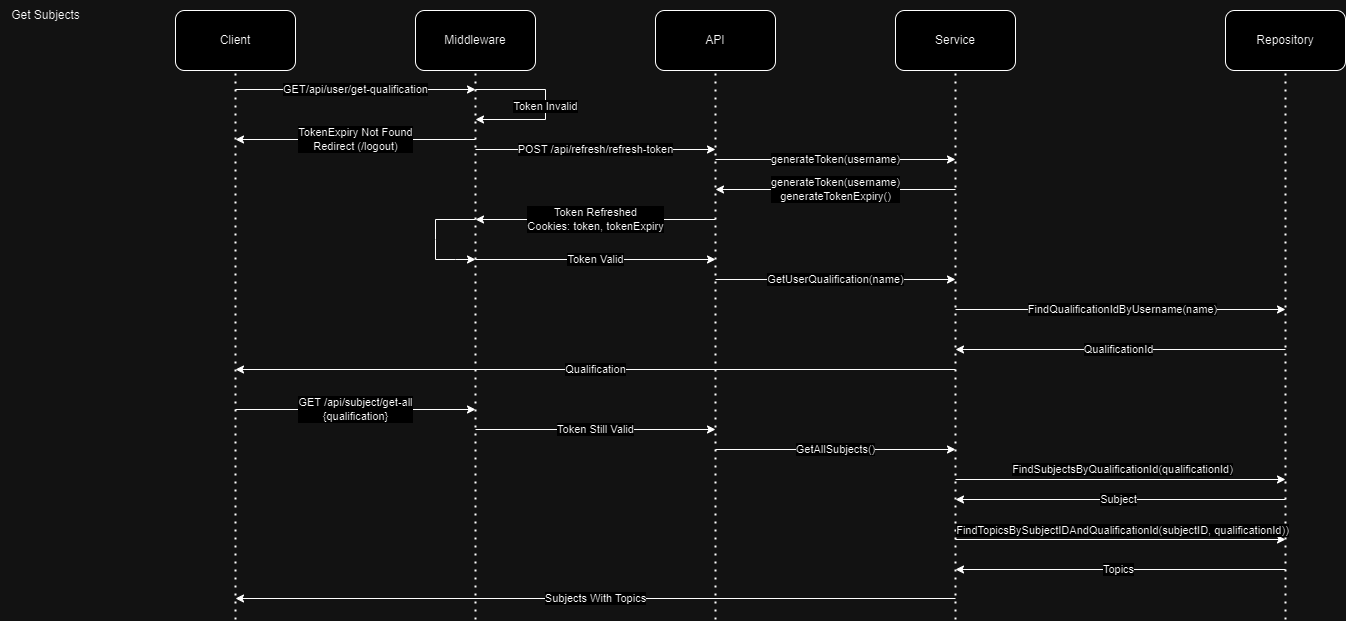
The draw.io diagram documents/images/SubjectsSequence.drawio.png in shahd9290/Competitive-Revision-Website, before a commit. Source tidied: cells renumbered, new cells last; positions are measured from the earlier drawing's top-left corner, leaving out a move shared by most shapes. The source it was exported from:
```xml
<mxGraphModel>
  <root>
    <mxCell id="0" />
    <mxCell id="1" parent="0" />
    <mxCell id="2" value="Middleware" style="rounded=1;whiteSpace=wrap;html=1;" parent="1" vertex="1">
      <mxGeometry x="415" y="10" width="120" height="60" as="geometry" />
    </mxCell>
    <mxCell id="3" style="endArrow=none;dashed=1;html=1;dashPattern=1 3;strokeWidth=2;rounded=0;entryX=0.5;entryY=1;entryDx=0;entryDy=0;" parent="1" edge="1" target="2">
      <mxGeometry relative="1" as="geometry">
        <mxPoint x="475" y="619" as="sourcePoint" />
      </mxGeometry>
    </mxCell>
    <mxCell id="4" value="API" style="rounded=1;whiteSpace=wrap;html=1;" parent="1" vertex="1">
      <mxGeometry x="655" y="10" width="120" height="60" as="geometry" />
    </mxCell>
    <mxCell id="5" style="endArrow=none;dashed=1;html=1;dashPattern=1 3;strokeWidth=2;rounded=0;entryX=0.5;entryY=1;entryDx=0;entryDy=0;" parent="1" edge="1" target="4">
      <mxGeometry relative="1" as="geometry">
        <mxPoint x="715" y="619" as="sourcePoint" />
      </mxGeometry>
    </mxCell>
    <mxCell id="6" value="Service" style="rounded=1;whiteSpace=wrap;html=1;" parent="1" vertex="1">
      <mxGeometry x="895" y="10" width="120" height="60" as="geometry" />
    </mxCell>
    <mxCell id="7" style="endArrow=none;dashed=1;html=1;dashPattern=1 3;strokeWidth=2;rounded=0;entryX=0.5;entryY=1;entryDx=0;entryDy=0;" parent="1" edge="1" target="6">
      <mxGeometry relative="1" as="geometry">
        <mxPoint x="955" y="619" as="sourcePoint" />
      </mxGeometry>
    </mxCell>
    <mxCell id="8" value="Repository" style="rounded=1;whiteSpace=wrap;html=1;" parent="1" vertex="1">
      <mxGeometry x="1225" y="10" width="120" height="60" as="geometry" />
    </mxCell>
    <mxCell id="9" style="endArrow=none;dashed=1;html=1;dashPattern=1 3;strokeWidth=2;rounded=0;entryX=0.5;entryY=1;entryDx=0;entryDy=0;" parent="1" edge="1" target="8">
      <mxGeometry relative="1" as="geometry">
        <mxPoint x="1285" y="619" as="sourcePoint" />
      </mxGeometry>
    </mxCell>
    <mxCell id="10" value="Client" style="rounded=1;whiteSpace=wrap;html=1;" parent="1" vertex="1">
      <mxGeometry x="175" y="10" width="120" height="60" as="geometry" />
    </mxCell>
    <mxCell id="11" style="endArrow=none;dashed=1;html=1;dashPattern=1 3;strokeWidth=2;rounded=0;entryX=0.5;entryY=1;entryDx=0;entryDy=0;" parent="1" edge="1" target="10">
      <mxGeometry relative="1" as="geometry">
        <mxPoint x="235" y="619" as="sourcePoint" />
      </mxGeometry>
    </mxCell>
    <mxCell id="12" value="Get Subjects" style="text;html=1;align=center;verticalAlign=middle;strokeColor=none;fillColor=none;" parent="1" vertex="1">
      <mxGeometry width="90" height="30" as="geometry" />
    </mxCell>
    <mxCell id="13" value="GET/api/user/get-qualification" style="endArrow=classic;html=1;rounded=0;" parent="1" edge="1">
      <mxGeometry relative="1" as="geometry">
        <mxPoint x="235" y="89" as="sourcePoint" />
        <mxPoint x="475" y="89" as="targetPoint" />
      </mxGeometry>
    </mxCell>
    <mxCell id="14" value="Token Valid" style="endArrow=classic;html=1;rounded=0;" parent="1" edge="1">
      <mxGeometry relative="1" as="geometry">
        <mxPoint x="475" y="259" as="sourcePoint" />
        <mxPoint x="715" y="259" as="targetPoint" />
      </mxGeometry>
    </mxCell>
    <mxCell id="15" value="GetUserQualification(name)" style="endArrow=classic;html=1;rounded=0;" parent="1" edge="1">
      <mxGeometry relative="1" as="geometry">
        <mxPoint x="715" y="279" as="sourcePoint" />
        <mxPoint x="955" y="279" as="targetPoint" />
      </mxGeometry>
    </mxCell>
    <mxCell id="16" value="Token Invalid" style="endArrow=classic;html=1;rounded=0;" parent="1" edge="1">
      <mxGeometry relative="1" as="geometry">
        <mxPoint x="475" y="89" as="sourcePoint" />
        <mxPoint x="475" y="119" as="targetPoint" />
        <Array as="points">
          <mxPoint x="545" y="89" />
          <mxPoint x="545" y="119" />
        </Array>
      </mxGeometry>
    </mxCell>
    <mxCell id="17" value="POST /api/refresh/refresh-token" style="endArrow=classic;html=1;rounded=0;" parent="1" edge="1">
      <mxGeometry relative="1" as="geometry">
        <mxPoint x="475" y="149" as="sourcePoint" />
        <mxPoint x="715" y="149" as="targetPoint" />
      </mxGeometry>
    </mxCell>
    <mxCell id="18" value="generateToken(username)" style="endArrow=classic;html=1;rounded=0;" parent="1" edge="1">
      <mxGeometry relative="1" as="geometry">
        <mxPoint x="715" y="159" as="sourcePoint" />
        <mxPoint x="955" y="159" as="targetPoint" />
      </mxGeometry>
    </mxCell>
    <mxCell id="19" value="generateToken(username)&lt;br&gt;generateTokenExpiry()" style="endArrow=classic;html=1;rounded=0;" parent="1" edge="1">
      <mxGeometry relative="1" as="geometry">
        <mxPoint x="955" y="189" as="sourcePoint" />
        <mxPoint x="715" y="189" as="targetPoint" />
      </mxGeometry>
    </mxCell>
    <mxCell id="20" value="Token Refreshed&lt;br&gt;Cookies: token, tokenExpiry" style="endArrow=classic;html=1;rounded=0;" parent="1" edge="1">
      <mxGeometry relative="1" as="geometry">
        <mxPoint x="715" y="219" as="sourcePoint" />
        <mxPoint x="475" y="219" as="targetPoint" />
      </mxGeometry>
    </mxCell>
    <mxCell id="21" style="endArrow=classic;html=1;rounded=0;" parent="1" edge="1">
      <mxGeometry relative="1" as="geometry">
        <mxPoint x="475" y="219" as="sourcePoint" />
        <mxPoint x="475" y="259" as="targetPoint" />
        <Array as="points">
          <mxPoint x="435" y="219" />
          <mxPoint x="435" y="239" />
          <mxPoint x="435" y="259" />
          <mxPoint x="455" y="259" />
        </Array>
      </mxGeometry>
    </mxCell>
    <mxCell id="22" value="TokenExpiry Not Found&lt;br&gt;Redirect (/logout)" style="endArrow=classic;html=1;rounded=0;" parent="1" edge="1">
      <mxGeometry relative="1" as="geometry">
        <mxPoint x="475" y="139" as="sourcePoint" />
        <mxPoint x="235" y="139" as="targetPoint" />
      </mxGeometry>
    </mxCell>
    <mxCell id="23" value="FindQualificationIdByUsername(name)" style="endArrow=classic;html=1;rounded=0;" parent="1" edge="1">
      <mxGeometry relative="1" as="geometry">
        <mxPoint x="955" y="309" as="sourcePoint" />
        <mxPoint x="1285" y="309" as="targetPoint" />
      </mxGeometry>
    </mxCell>
    <mxCell id="24" value="QualificationId" style="endArrow=classic;html=1;rounded=0;" parent="1" edge="1">
      <mxGeometry relative="1" as="geometry">
        <mxPoint x="1285" y="349" as="sourcePoint" />
        <mxPoint x="955" y="349" as="targetPoint" />
      </mxGeometry>
    </mxCell>
    <mxCell id="25" value="Qualification" style="endArrow=classic;html=1;rounded=0;" parent="1" edge="1">
      <mxGeometry relative="1" as="geometry">
        <mxPoint x="955" y="369" as="sourcePoint" />
        <mxPoint x="235" y="369" as="targetPoint" />
      </mxGeometry>
    </mxCell>
    <mxCell id="26" value="GET /api/subject/get-all&lt;br&gt;{qualification}" style="endArrow=classic;html=1;rounded=0;" parent="1" edge="1">
      <mxGeometry relative="1" as="geometry">
        <mxPoint x="235" y="409" as="sourcePoint" />
        <mxPoint x="475" y="409" as="targetPoint" />
      </mxGeometry>
    </mxCell>
    <mxCell id="27" value="Token Still Valid" style="endArrow=classic;html=1;rounded=0;" parent="1" edge="1">
      <mxGeometry relative="1" as="geometry">
        <mxPoint x="475" y="429" as="sourcePoint" />
        <mxPoint x="715" y="429" as="targetPoint" />
      </mxGeometry>
    </mxCell>
    <mxCell id="28" value="GetAllSubjects()" style="endArrow=classic;html=1;rounded=0;" parent="1" edge="1">
      <mxGeometry relative="1" as="geometry">
        <mxPoint x="715" y="449" as="sourcePoint" />
        <mxPoint x="955" y="449" as="targetPoint" />
      </mxGeometry>
    </mxCell>
    <mxCell id="29" value="FindSubjectsByQualificationId(qualificationId)" style="endArrow=classic;html=1;rounded=0;" parent="1" edge="1">
      <mxGeometry y="10" relative="1" as="geometry">
        <mxPoint x="955" y="479" as="sourcePoint" />
        <mxPoint x="1285" y="479" as="targetPoint" />
      </mxGeometry>
    </mxCell>
    <mxCell id="30" value="Subject" style="endArrow=classic;html=1;rounded=0;" parent="1" edge="1">
      <mxGeometry relative="1" as="geometry">
        <mxPoint x="1285" y="499" as="sourcePoint" />
        <mxPoint x="955" y="499" as="targetPoint" />
      </mxGeometry>
    </mxCell>
    <mxCell id="31" value="FindTopicsBySubjectIDAndQualificationId(subjectID, qualificationId))" style="endArrow=classic;html=1;rounded=0;" parent="1" edge="1">
      <mxGeometry y="9" relative="1" as="geometry">
        <mxPoint x="955" y="539" as="sourcePoint" />
        <mxPoint x="1285" y="539" as="targetPoint" />
      </mxGeometry>
    </mxCell>
    <mxCell id="32" value="Topics" style="endArrow=classic;html=1;rounded=0;" parent="1" edge="1">
      <mxGeometry relative="1" as="geometry">
        <mxPoint x="1285" y="569" as="sourcePoint" />
        <mxPoint x="955" y="569" as="targetPoint" />
      </mxGeometry>
    </mxCell>
    <mxCell id="33" value="Subjects With Topics" style="endArrow=classic;html=1;rounded=0;" parent="1" edge="1">
      <mxGeometry relative="1" as="geometry">
        <mxPoint x="955" y="598" as="sourcePoint" />
        <mxPoint x="235" y="598" as="targetPoint" />
      </mxGeometry>
    </mxCell>
  </root>
</mxGraphModel>
```
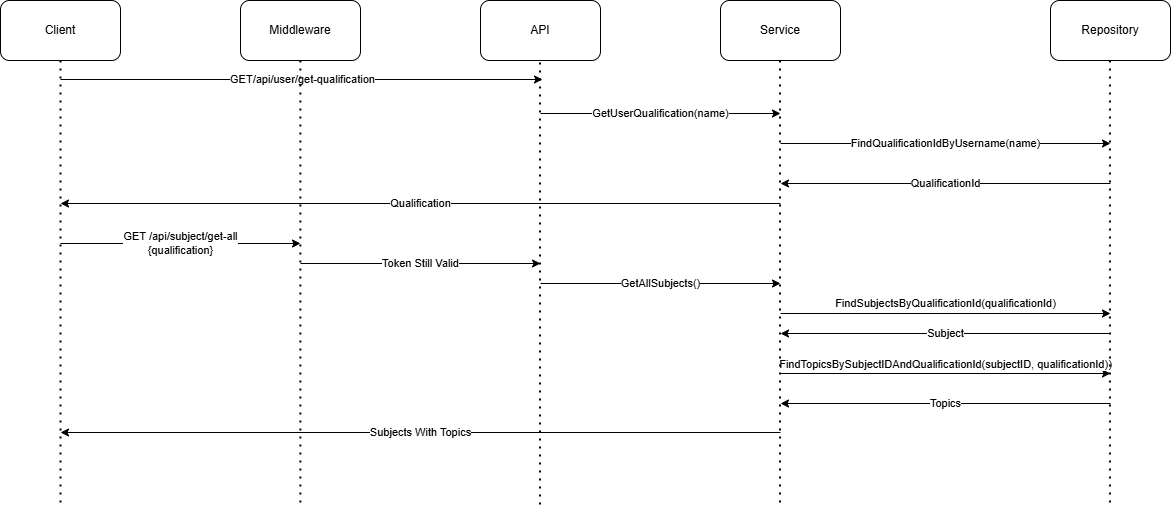
After the change.

The edit, as a diff of the source:
```diff
@@ -5,181 +5,124 @@
     <mxCell id="2" value="Middleware" style="rounded=1;whiteSpace=wrap;html=1;" parent="1" vertex="1">
       <mxGeometry x="415" y="10" width="120" height="60" as="geometry" />
     </mxCell>
-    <mxCell id="3" style="endArrow=none;dashed=1;html=1;dashPattern=1 3;strokeWidth=2;rounded=0;entryX=0.5;entryY=1;entryDx=0;entryDy=0;" parent="1" edge="1" target="2">
-      <mxGeometry relative="1" as="geometry">
-        <mxPoint x="475" y="619" as="sourcePoint" />
-      </mxGeometry>
-    </mxCell>
     <mxCell id="4" value="API" style="rounded=1;whiteSpace=wrap;html=1;" parent="1" vertex="1">
       <mxGeometry x="655" y="10" width="120" height="60" as="geometry" />
     </mxCell>
-    <mxCell id="5" style="endArrow=none;dashed=1;html=1;dashPattern=1 3;strokeWidth=2;rounded=0;entryX=0.5;entryY=1;entryDx=0;entryDy=0;" parent="1" edge="1" target="4">
-      <mxGeometry relative="1" as="geometry">
-        <mxPoint x="715" y="619" as="sourcePoint" />
-      </mxGeometry>
-    </mxCell>
     <mxCell id="6" value="Service" style="rounded=1;whiteSpace=wrap;html=1;" parent="1" vertex="1">
       <mxGeometry x="895" y="10" width="120" height="60" as="geometry" />
     </mxCell>
-    <mxCell id="7" style="endArrow=none;dashed=1;html=1;dashPattern=1 3;strokeWidth=2;rounded=0;entryX=0.5;entryY=1;entryDx=0;entryDy=0;" parent="1" edge="1" target="6">
-      <mxGeometry relative="1" as="geometry">
-        <mxPoint x="955" y="619" as="sourcePoint" />
-      </mxGeometry>
-    </mxCell>
     <mxCell id="8" value="Repository" style="rounded=1;whiteSpace=wrap;html=1;" parent="1" vertex="1">
       <mxGeometry x="1225" y="10" width="120" height="60" as="geometry" />
     </mxCell>
-    <mxCell id="9" style="endArrow=none;dashed=1;html=1;dashPattern=1 3;strokeWidth=2;rounded=0;entryX=0.5;entryY=1;entryDx=0;entryDy=0;" parent="1" edge="1" target="8">
-      <mxGeometry relative="1" as="geometry">
-        <mxPoint x="1285" y="619" as="sourcePoint" />
-      </mxGeometry>
-    </mxCell>
     <mxCell id="10" value="Client" style="rounded=1;whiteSpace=wrap;html=1;" parent="1" vertex="1">
       <mxGeometry x="175" y="10" width="120" height="60" as="geometry" />
     </mxCell>
-    <mxCell id="11" style="endArrow=none;dashed=1;html=1;dashPattern=1 3;strokeWidth=2;rounded=0;entryX=0.5;entryY=1;entryDx=0;entryDy=0;" parent="1" edge="1" target="10">
-      <mxGeometry relative="1" as="geometry">
-        <mxPoint x="235" y="619" as="sourcePoint" />
-      </mxGeometry>
-    </mxCell>
-    <mxCell id="12" value="Get Subjects" style="text;html=1;align=center;verticalAlign=middle;strokeColor=none;fillColor=none;" parent="1" vertex="1">
-      <mxGeometry width="90" height="30" as="geometry" />
-    </mxCell>
+    <mxCell id="34" style="endArrow=none;dashed=1;html=1;dashPattern=1 3;strokeWidth=2;rounded=0;entryX=0.5;entryY=1;entryDx=0;entryDy=0;" parent="1" edge="1" target="10">
+      <mxGeometry relative="1" as="geometry">
+        <mxPoint x="235" y="512" as="sourcePoint" />
+      </mxGeometry>
+    </mxCell>
     <mxCell id="13" value="GET/api/user/get-qualification" style="endArrow=classic;html=1;rounded=0;" parent="1" edge="1">
       <mxGeometry relative="1" as="geometry">
         <mxPoint x="235" y="89" as="sourcePoint" />
-        <mxPoint x="475" y="89" as="targetPoint" />
+        <mxPoint x="717" y="89" as="targetPoint" />
       </mxGeometry>
     </mxCell>
-    <mxCell id="14" value="Token Valid" style="endArrow=classic;html=1;rounded=0;" parent="1" edge="1">
-      <mxGeometry relative="1" as="geometry">
-        <mxPoint x="475" y="259" as="sourcePoint" />
-        <mxPoint x="715" y="259" as="targetPoint" />
-      </mxGeometry>
-    </mxCell>
     <mxCell id="15" value="GetUserQualification(name)" style="endArrow=classic;html=1;rounded=0;" parent="1" edge="1">
       <mxGeometry relative="1" as="geometry">
-        <mxPoint x="715" y="279" as="sourcePoint" />
-        <mxPoint x="955" y="279" as="targetPoint" />
+        <mxPoint x="715" y="123" as="sourcePoint" />
+        <mxPoint x="955" y="123" as="targetPoint" />
       </mxGeometry>
     </mxCell>
-    <mxCell id="16" value="Token Invalid" style="endArrow=classic;html=1;rounded=0;" parent="1" edge="1">
-      <mxGeometry relative="1" as="geometry">
-        <mxPoint x="475" y="89" as="sourcePoint" />
-        <mxPoint x="475" y="119" as="targetPoint" />
-        <Array as="points">
-          <mxPoint x="545" y="89" />
-          <mxPoint x="545" y="119" />
-        </Array>
-      </mxGeometry>
-    </mxCell>
-    <mxCell id="17" value="POST /api/refresh/refresh-token" style="endArrow=classic;html=1;rounded=0;" parent="1" edge="1">
-      <mxGeometry relative="1" as="geometry">
-        <mxPoint x="475" y="149" as="sourcePoint" />
-        <mxPoint x="715" y="149" as="targetPoint" />
-      </mxGeometry>
-    </mxCell>
-    <mxCell id="18" value="generateToken(username)" style="endArrow=classic;html=1;rounded=0;" parent="1" edge="1">
-      <mxGeometry relative="1" as="geometry">
-        <mxPoint x="715" y="159" as="sourcePoint" />
-        <mxPoint x="955" y="159" as="targetPoint" />
-      </mxGeometry>
-    </mxCell>
-    <mxCell id="19" value="generateToken(username)&lt;br&gt;generateTokenExpiry()" style="endArrow=classic;html=1;rounded=0;" parent="1" edge="1">
-      <mxGeometry relative="1" as="geometry">
-        <mxPoint x="955" y="189" as="sourcePoint" />
-        <mxPoint x="715" y="189" as="targetPoint" />
-      </mxGeometry>
-    </mxCell>
-    <mxCell id="20" value="Token Refreshed&lt;br&gt;Cookies: token, tokenExpiry" style="endArrow=classic;html=1;rounded=0;" parent="1" edge="1">
-      <mxGeometry relative="1" as="geometry">
-        <mxPoint x="715" y="219" as="sourcePoint" />
-        <mxPoint x="475" y="219" as="targetPoint" />
-      </mxGeometry>
-    </mxCell>
-    <mxCell id="21" style="endArrow=classic;html=1;rounded=0;" parent="1" edge="1">
-      <mxGeometry relative="1" as="geometry">
-        <mxPoint x="475" y="219" as="sourcePoint" />
-        <mxPoint x="475" y="259" as="targetPoint" />
-        <Array as="points">
-          <mxPoint x="435" y="219" />
-          <mxPoint x="435" y="239" />
-          <mxPoint x="435" y="259" />
-          <mxPoint x="455" y="259" />
-        </Array>
-      </mxGeometry>
-    </mxCell>
-    <mxCell id="22" value="TokenExpiry Not Found&lt;br&gt;Redirect (/logout)" style="endArrow=classic;html=1;rounded=0;" parent="1" edge="1">
-      <mxGeometry relative="1" as="geometry">
-        <mxPoint x="475" y="139" as="sourcePoint" />
-        <mxPoint x="235" y="139" as="targetPoint" />
-      </mxGeometry>
-    </mxCell>
     <mxCell id="23" value="FindQualificationIdByUsername(name)" style="endArrow=classic;html=1;rounded=0;" parent="1" edge="1">
       <mxGeometry relative="1" as="geometry">
-        <mxPoint x="955" y="309" as="sourcePoint" />
-        <mxPoint x="1285" y="309" as="targetPoint" />
+        <mxPoint x="955" y="153" as="sourcePoint" />
+        <mxPoint x="1285" y="153" as="targetPoint" />
       </mxGeometry>
     </mxCell>
     <mxCell id="24" value="QualificationId" style="endArrow=classic;html=1;rounded=0;" parent="1" edge="1">
       <mxGeometry relative="1" as="geometry">
-        <mxPoint x="1285" y="349" as="sourcePoint" />
-        <mxPoint x="955" y="349" as="targetPoint" />
+        <mxPoint x="1285" y="193" as="sourcePoint" />
+        <mxPoint x="955" y="193" as="targetPoint" />
       </mxGeometry>
     </mxCell>
     <mxCell id="25" value="Qualification" style="endArrow=classic;html=1;rounded=0;" parent="1" edge="1">
       <mxGeometry relative="1" as="geometry">
-        <mxPoint x="955" y="369" as="sourcePoint" />
-        <mxPoint x="235" y="369" as="targetPoint" />
+        <mxPoint x="955" y="213" as="sourcePoint" />
+        <mxPoint x="235" y="213" as="targetPoint" />
       </mxGeometry>
     </mxCell>
     <mxCell id="26" value="GET /api/subject/get-all&lt;br&gt;{qualification}" style="endArrow=classic;html=1;rounded=0;" parent="1" edge="1">
       <mxGeometry relative="1" as="geometry">
-        <mxPoint x="235" y="409" as="sourcePoint" />
-        <mxPoint x="475" y="409" as="targetPoint" />
+        <mxPoint x="235" y="253" as="sourcePoint" />
+        <mxPoint x="475" y="253" as="targetPoint" />
       </mxGeometry>
     </mxCell>
     <mxCell id="27" value="Token Still Valid" style="endArrow=classic;html=1;rounded=0;" parent="1" edge="1">
       <mxGeometry relative="1" as="geometry">
-        <mxPoint x="475" y="429" as="sourcePoint" />
-        <mxPoint x="715" y="429" as="targetPoint" />
+        <mxPoint x="475" y="273" as="sourcePoint" />
+        <mxPoint x="715" y="273" as="targetPoint" />
       </mxGeometry>
     </mxCell>
     <mxCell id="28" value="GetAllSubjects()" style="endArrow=classic;html=1;rounded=0;" parent="1" edge="1">
       <mxGeometry relative="1" as="geometry">
-        <mxPoint x="715" y="449" as="sourcePoint" />
-        <mxPoint x="955" y="449" as="targetPoint" />
+        <mxPoint x="715" y="293" as="sourcePoint" />
+        <mxPoint x="955" y="293" as="targetPoint" />
       </mxGeometry>
     </mxCell>
     <mxCell id="29" value="FindSubjectsByQualificationId(qualificationId)" style="endArrow=classic;html=1;rounded=0;" parent="1" edge="1">
       <mxGeometry y="10" relative="1" as="geometry">
-        <mxPoint x="955" y="479" as="sourcePoint" />
-        <mxPoint x="1285" y="479" as="targetPoint" />
+        <mxPoint x="955" y="323" as="sourcePoint" />
+        <mxPoint x="1285" y="323" as="targetPoint" />
       </mxGeometry>
     </mxCell>
     <mxCell id="30" value="Subject" style="endArrow=classic;html=1;rounded=0;" parent="1" edge="1">
       <mxGeometry relative="1" as="geometry">
-        <mxPoint x="1285" y="499" as="sourcePoint" />
-        <mxPoint x="955" y="499" as="targetPoint" />
+        <mxPoint x="1285" y="343" as="sourcePoint" />
+        <mxPoint x="955" y="343" as="targetPoint" />
       </mxGeometry>
     </mxCell>
     <mxCell id="31" value="FindTopicsBySubjectIDAndQualificationId(subjectID, qualificationId))" style="endArrow=classic;html=1;rounded=0;" parent="1" edge="1">
       <mxGeometry y="9" relative="1" as="geometry">
-        <mxPoint x="955" y="539" as="sourcePoint" />
-        <mxPoint x="1285" y="539" as="targetPoint" />
+        <mxPoint x="955" y="383" as="sourcePoint" />
+        <mxPoint x="1285" y="383" as="targetPoint" />
       </mxGeometry>
     </mxCell>
     <mxCell id="32" value="Topics" style="endArrow=classic;html=1;rounded=0;" parent="1" edge="1">
       <mxGeometry relative="1" as="geometry">
-        <mxPoint x="1285" y="569" as="sourcePoint" />
-        <mxPoint x="955" y="569" as="targetPoint" />
+        <mxPoint x="1285" y="413" as="sourcePoint" />
+        <mxPoint x="955" y="413" as="targetPoint" />
       </mxGeometry>
     </mxCell>
     <mxCell id="33" value="Subjects With Topics" style="endArrow=classic;html=1;rounded=0;" parent="1" edge="1">
       <mxGeometry relative="1" as="geometry">
-        <mxPoint x="955" y="598" as="sourcePoint" />
-        <mxPoint x="235" y="598" as="targetPoint" />
+        <mxPoint x="955" y="442" as="sourcePoint" />
+        <mxPoint x="235" y="442" as="targetPoint" />
       </mxGeometry>
     </mxCell>
+    <mxCell id="35" style="endArrow=none;dashed=1;html=1;dashPattern=1 3;strokeWidth=2;rounded=0;entryX=0.5;entryY=1;entryDx=0;entryDy=0;" parent="1" edge="1">
+      <mxGeometry relative="1" as="geometry">
+        <mxPoint x="474.9" y="512" as="sourcePoint" />
+        <mxPoint x="474.9" y="70" as="targetPoint" />
+      </mxGeometry>
+    </mxCell>
+    <mxCell id="36" style="endArrow=none;dashed=1;html=1;dashPattern=1 3;strokeWidth=2;rounded=0;entryX=0.5;entryY=1;entryDx=0;entryDy=0;" parent="1" edge="1">
+      <mxGeometry relative="1" as="geometry">
+        <mxPoint x="714.5" y="514" as="sourcePoint" />
+        <mxPoint x="714.5" y="72" as="targetPoint" />
+      </mxGeometry>
+    </mxCell>
+    <mxCell id="37" style="endArrow=none;dashed=1;html=1;dashPattern=1 3;strokeWidth=2;rounded=0;entryX=0.5;entryY=1;entryDx=0;entryDy=0;" parent="1" edge="1">
+      <mxGeometry relative="1" as="geometry">
+        <mxPoint x="954.5" y="512" as="sourcePoint" />
+        <mxPoint x="954.5" y="70" as="targetPoint" />
+      </mxGeometry>
+    </mxCell>
+    <mxCell id="38" style="endArrow=none;dashed=1;html=1;dashPattern=1 3;strokeWidth=2;rounded=0;entryX=0.5;entryY=1;entryDx=0;entryDy=0;" parent="1" edge="1">
+      <mxGeometry relative="1" as="geometry">
+        <mxPoint x="1284.4" y="512" as="sourcePoint" />
+        <mxPoint x="1284.4" y="70" as="targetPoint" />
+      </mxGeometry>
+    </mxCell>
   </root>
 </mxGraphModel>
```
